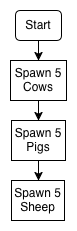
Before: tutorials/python-islands/island-7/animal_pens/images/flowchart.png, a diagram exported from draw.io (CausewayDigital/Minecraft-EE-MakeCode). Source tidied: cells renumbered, new cells last; positions are measured from the earlier drawing's top-left corner, leaving out a move shared by most shapes.
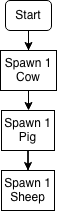
After the commit.

Commit message:
Updated animal pen flowcharts to spawn only one animal

Diff of the diagram source:
```diff
@@ -11,16 +11,16 @@
     <mxCell id="4" style="edgeStyle=orthogonalEdgeStyle;rounded=0;jettySize=auto;html=1;" parent="1" edge="1" source="5" target="7">
       <mxGeometry relative="1" as="geometry" />
     </mxCell>
-    <mxCell id="5" value="Spawn 5 Cows" style="rounded=0;whiteSpace=wrap;html=1;" parent="1" vertex="1">
+    <mxCell id="5" value="Spawn 1 Cow" style="rounded=0;whiteSpace=wrap;html=1;" parent="1" vertex="1">
       <mxGeometry y="50" width="56" height="40" as="geometry" />
     </mxCell>
     <mxCell id="6" style="edgeStyle=orthogonalEdgeStyle;rounded=0;jettySize=auto;html=1;entryX=0.5;entryY=0;entryDx=0;entryDy=0;" parent="1" edge="1" source="7" target="8">
       <mxGeometry relative="1" as="geometry" />
     </mxCell>
-    <mxCell id="7" value="Spawn 5 Pigs" style="rounded=0;whiteSpace=wrap;html=1;" parent="1" vertex="1">
-      <mxGeometry x="1" y="110" width="54" height="40" as="geometry" />
+    <mxCell id="7" value="Spawn 1 Pig" style="rounded=0;whiteSpace=wrap;html=1;" parent="1" vertex="1">
+      <mxGeometry x="1" y="110" width="53" height="40" as="geometry" />
     </mxCell>
-    <mxCell id="8" value="Spawn 5 Sheep" style="rounded=0;whiteSpace=wrap;html=1;" parent="1" vertex="1">
+    <mxCell id="8" value="Spawn 1 Sheep" style="rounded=0;whiteSpace=wrap;html=1;" parent="1" vertex="1">
       <mxGeometry x="1" y="170" width="53" height="40" as="geometry" />
     </mxCell>
   </root>
```
